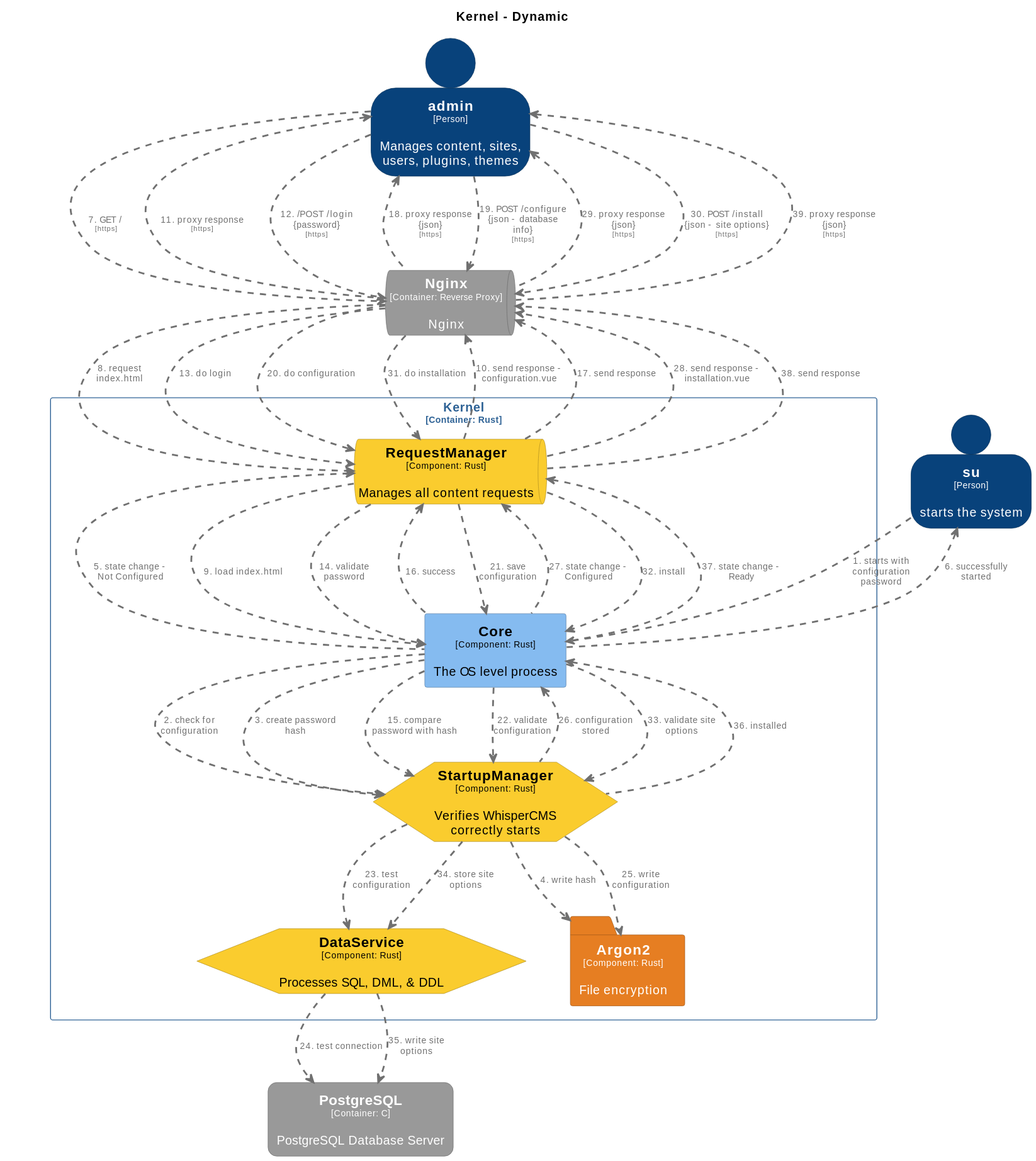
This is docs/diagrams/structurizr-WhisperCMS-Installation-Sequence.svg from CoderByBlood/whisper-cms, a PlantUML export, as it was before one commit.
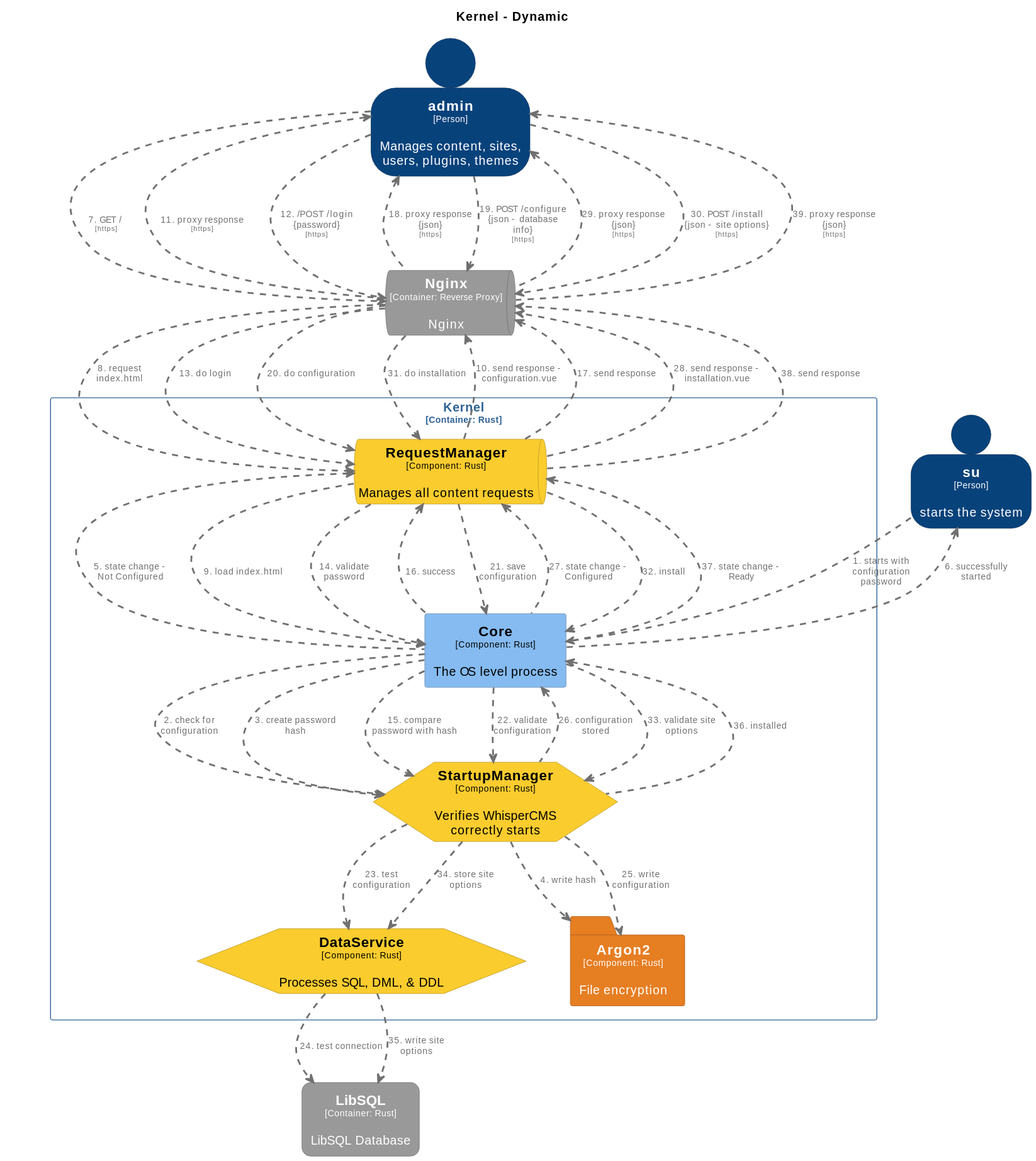
After the commit.

Change to the diagram source:
```diff
@@ -31,17 +31,17 @@
   BorderColor #af8e20
   shadowing false
 }
+skinparam rectangle<<WhisperCMS.LibSQL>> {
+  BackgroundColor #999999
+  FontColor #ffffff
+  BorderColor #6b6b6b
+  roundCorner 20
+  shadowing false
+}
 skinparam queue<<WhisperCMS.Nginx>> {
   BackgroundColor #999999
   FontColor #ffffff
   BorderColor #6b6b6b
-  shadowing false
-}
-skinparam rectangle<<WhisperCMS.PostgreSQL>> {
-  BackgroundColor #999999
-  FontColor #ffffff
-  BorderColor #6b6b6b
-  roundCorner 20
   shadowing false
 }
 skinparam queue<<WhisperCMS.Kernel.RequestManager>> {
@@ -85,7 +85,7 @@
 person "==admin\n<size:10>[Person]</size>\n\nManages content, sites, users, plugins, themes" <<admin>> as admin
 person "==su\n<size:10>[Person]</size>\n\nstarts the system" <<su>> as su
 queue "==Nginx\n<size:10>[Container: Reverse Proxy]</size>\n\nNginx" <<WhisperCMS.Nginx>> as WhisperCMS.Nginx
-rectangle "==PostgreSQL\n<size:10>[Container: C]</size>\n\nPostgreSQL Database Server" <<WhisperCMS.PostgreSQL>> as WhisperCMS.PostgreSQL
+rectangle "==LibSQL\n<size:10>[Container: Rust]</size>\n\nLibSQL Database" <<WhisperCMS.LibSQL>> as WhisperCMS.LibSQL
 
 su .[#707070,thickness=2].> WhisperCMS.Kernel.Core : "<color:#707070>1. starts with configuration password"
 WhisperCMS.Kernel.Core .[#707070,thickness=2].> WhisperCMS.Kernel.StartupManager : "<color:#707070>2. check for configuration"
@@ -110,7 +110,7 @@
 WhisperCMS.Kernel.RequestManager .[#707070,thickness=2].> WhisperCMS.Kernel.Core : "<color:#707070>21. save configuration"
 WhisperCMS.Kernel.Core .[#707070,thickness=2].> WhisperCMS.Kernel.StartupManager : "<color:#707070>22. validate configuration"
 WhisperCMS.Kernel.StartupManager .[#707070,thickness=2].> WhisperCMS.Kernel.DataService : "<color:#707070>23. test configuration"
-WhisperCMS.Kernel.DataService .[#707070,thickness=2].> WhisperCMS.PostgreSQL : "<color:#707070>24. test connection"
+WhisperCMS.Kernel.DataService .[#707070,thickness=2].> WhisperCMS.LibSQL : "<color:#707070>24. test connection"
 WhisperCMS.Kernel.StartupManager .[#707070,thickness=2].> WhisperCMS.Kernel.Argon2 : "<color:#707070>25. write configuration"
 WhisperCMS.Kernel.Core <.[#707070,thickness=2]. WhisperCMS.Kernel.StartupManager : "<color:#707070>26. configuration stored"
 WhisperCMS.Kernel.RequestManager <.[#707070,thickness=2]. WhisperCMS.Kernel.Core : "<color:#707070>27. state change - Configured"
@@ -121,7 +121,7 @@
 WhisperCMS.Kernel.RequestManager .[#707070,thickness=2].> WhisperCMS.Kernel.Core : "<color:#707070>32. install"
 WhisperCMS.Kernel.Core .[#707070,thickness=2].> WhisperCMS.Kernel.StartupManager : "<color:#707070>33. validate site options"
 WhisperCMS.Kernel.StartupManager .[#707070,thickness=2].> WhisperCMS.Kernel.DataService : "<color:#707070>34. store site options"
-WhisperCMS.Kernel.DataService .[#707070,thickness=2].> WhisperCMS.PostgreSQL : "<color:#707070>35. write site options"
+WhisperCMS.Kernel.DataService .[#707070,thickness=2].> WhisperCMS.LibSQL : "<color:#707070>35. write site options"
 WhisperCMS.Kernel.Core <.[#707070,thickness=2]. WhisperCMS.Kernel.StartupManager : "<color:#707070>36. installed"
 WhisperCMS.Kernel.RequestManager <.[#707070,thickness=2]. WhisperCMS.Kernel.Core : "<color:#707070>37. state change - Ready"
 WhisperCMS.Kernel.RequestManager .[#707070,thickness=2].> WhisperCMS.Nginx : "<color:#707070>38. send response"
```
